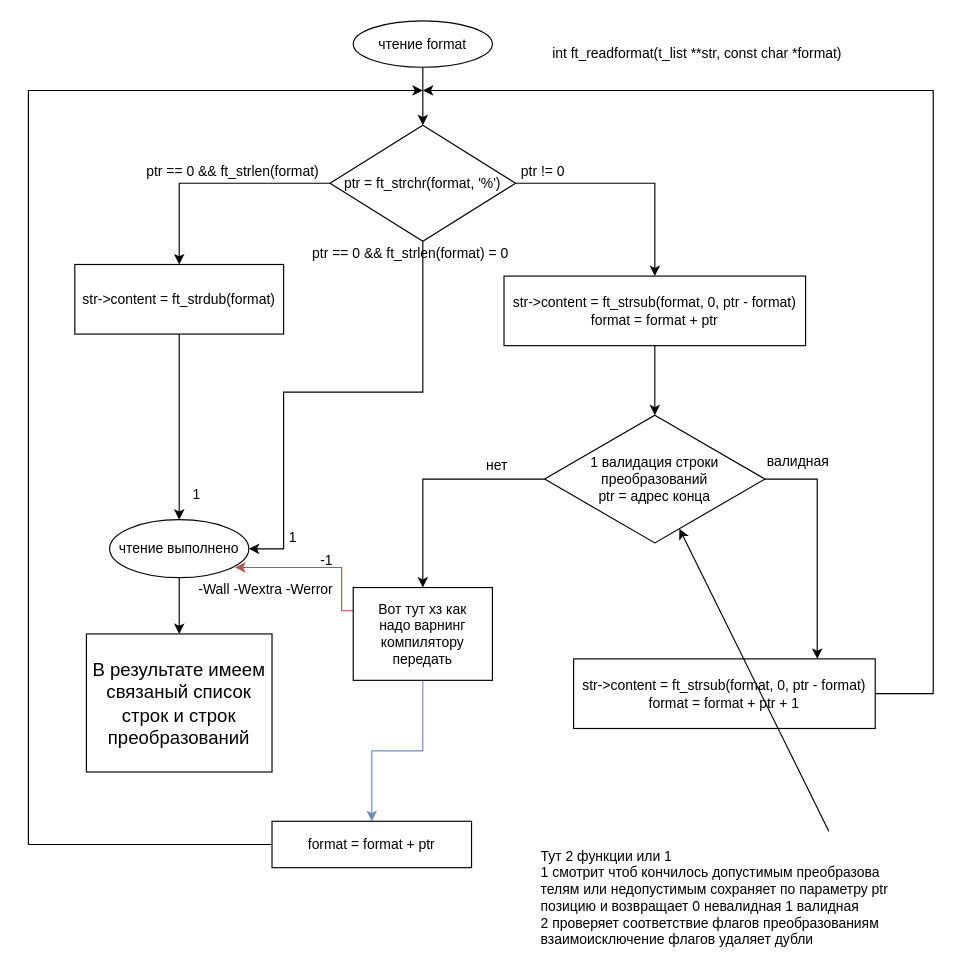
vlukjanenko/ft_printf keeps this draw.io diagram as page "ft_readformat" (3 of 5) of thougths.drawio. Above is the earlier version. Source tidied: cells renumbered, new cells numbered last; positions are measured from the earlier drawing's top-left corner, leaving out a move shared by most shapes. Both pictures are drawn from the tidied source at 116%, with x=0, y=0 at pixel (28, 21).
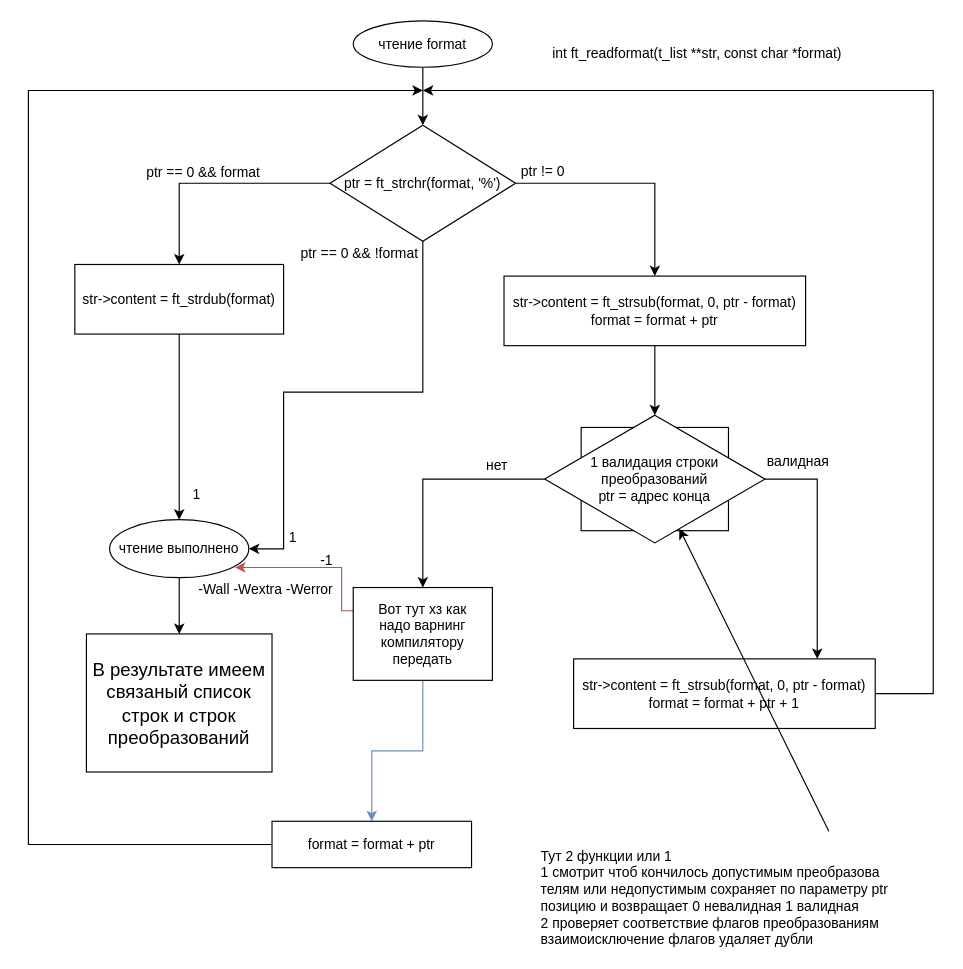
The same page after the edit.

The edit, as a diff of the source:
```diff
@@
+    <mxCell id="37" style="rounded=0;whiteSpace=wrap;html=1;" parent="1" vertex="1">
+      <mxGeometry x="476.5" y="350" width="127" height="89" as="geometry" />
+    </mxCell>
@@
-    <mxCell id="6" value="ptr == 0 &amp;amp;&amp;amp; ft_strlen(format)" style="text;html=1;align=left;verticalAlign=top;spacingTop=-4;" parent="1" vertex="1">
-      <mxGeometry x="100" y="119.5" width="160" height="20" as="geometry" />
+    <mxCell id="6" value="ptr == 0 &amp;amp;&amp;amp; format" style="text;html=1;align=left;verticalAlign=top;spacingTop=-4;" parent="1" vertex="1">
+      <mxGeometry x="100" y="120.5" width="110" height="20" as="geometry" />
     </mxCell>
@@
-    <mxCell id="25" value="ptr == 0 &amp;amp;&amp;amp; ft_strlen(format) = 0" style="text;html=1;align=left;verticalAlign=top;spacingTop=-4;" parent="1" vertex="1">
-      <mxGeometry x="243" y="189.5" width="180" height="20" as="geometry" />
+    <mxCell id="25" value="ptr == 0 &amp;amp;&amp;amp; !format" style="text;html=1;align=left;verticalAlign=top;spacingTop=-4;" parent="1" vertex="1">
+      <mxGeometry x="233" y="189.5" width="120" height="20" as="geometry" />
     </mxCell>
```
